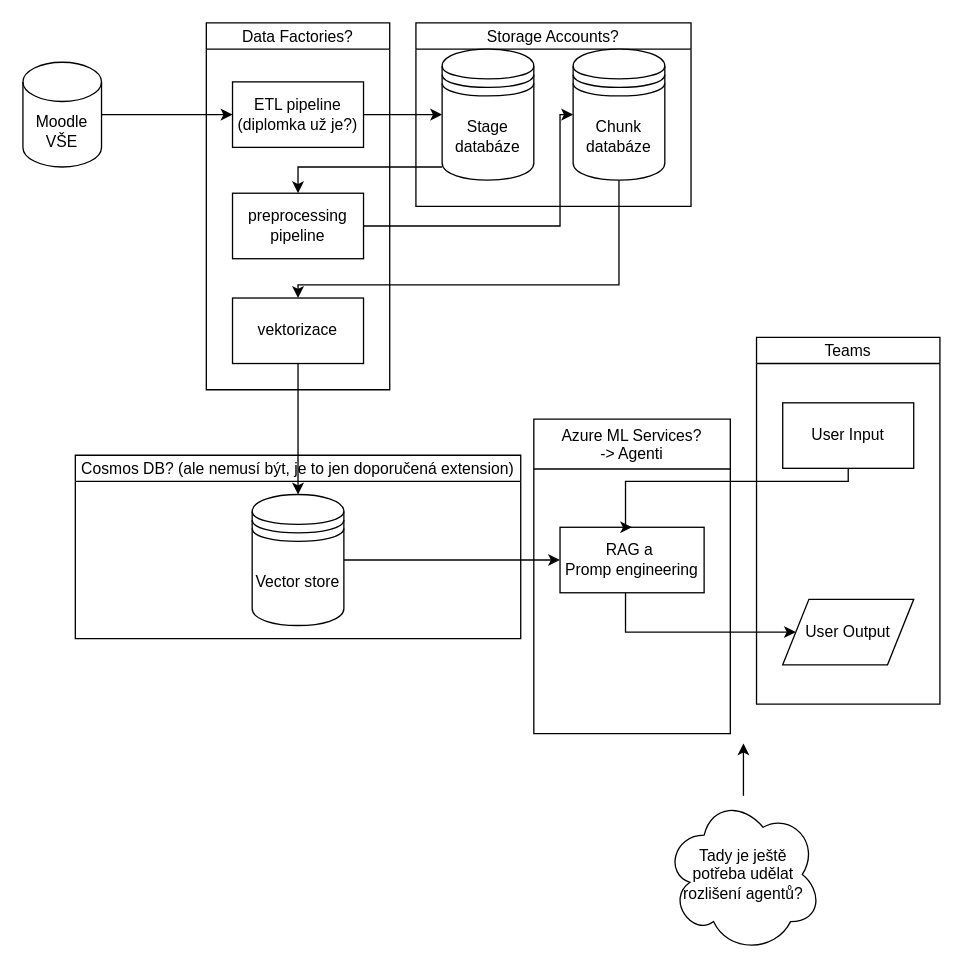
Earlier version of the draw.io diagram Diagram bez názvu.drawio (Aenast28/Datov-Projekt---StudyBuddy). Source tidied: cells renumbered, new cells numbered last; positions are measured from the earlier drawing's top-left corner, leaving out a move shared by most shapes. Both pictures are drawn from the tidied source at 131%, with x=0, y=0 at pixel (22, 22).
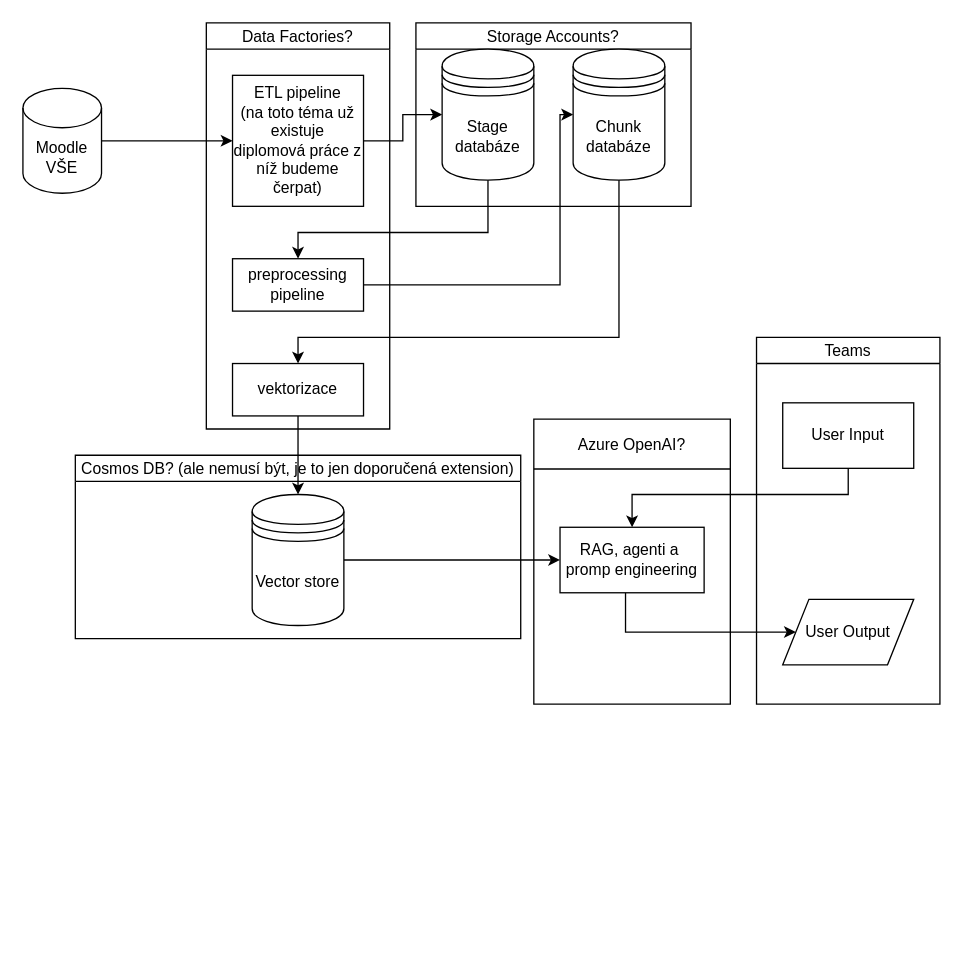
Above is the later version.

Unchanged cells that the change refers to:
```xml
<mxCell id="10" value="Stage databáze" style="shape=datastore;whiteSpace=wrap;html=1;" parent="1" vertex="1">
  <mxGeometry x="320" y="20" width="70" height="100" as="geometry" />
</mxCell>
<mxCell id="16" value="Chunk databáze" style="shape=datastore;whiteSpace=wrap;html=1;" parent="1" vertex="1">
  <mxGeometry x="420" y="20" width="70" height="100" as="geometry" />
</mxCell>
<mxCell id="24" value="User Input" style="html=1;dashed=0;whiteSpace=wrap;" parent="1" vertex="1">
  <mxGeometry x="580" y="290" width="100" height="50" as="geometry" />
</mxCell>
```

What changed in the source:
```diff
@@
-    <mxCell id="2" value="Azure ML Services?&#10;-&gt; Agenti" style="swimlane;fontStyle=0;horizontal=1;startSize=38;fillColor=#ffffff;swimlaneFillColor=#ffffff;" parent="1" vertex="1">
-      <mxGeometry x="390" y="302.5" width="150" height="240" as="geometry" />
+    <mxCell id="2" value="Azure OpenAI?" style="swimlane;fontStyle=0;horizontal=1;startSize=38;fillColor=#ffffff;swimlaneFillColor=#ffffff;" parent="1" vertex="1">
+      <mxGeometry x="390" y="302.5" width="150" height="217.5" as="geometry" />
     </mxCell>
@@
     <mxCell id="6" value="Data Factories?" style="swimlane;fontStyle=0;horizontal=1;startSize=20;fillColor=#ffffff;swimlaneFillColor=#ffffff;" parent="1" vertex="1">
-      <mxGeometry x="140" width="140" height="280" as="geometry" />
+      <mxGeometry x="140" width="140" height="310" as="geometry" />
     </mxCell>
@@
     <mxCell id="8" value="Moodle VŠE" style="shape=cylinder3;whiteSpace=wrap;html=1;boundedLbl=1;backgroundOutline=1;size=15;" parent="1" vertex="1">
-      <mxGeometry y="30" width="60" height="80" as="geometry" />
+      <mxGeometry y="50" width="60" height="80" as="geometry" />
     </mxCell>
     <mxCell id="9" style="edgeStyle=orthogonalEdgeStyle;rounded=0;jettySize=auto;html=1;" parent="1" edge="1" source="10" target="14">
       <mxGeometry relative="1" as="geometry">
         <Array as="points">
-          <mxPoint x="210" y="110" />
+          <mxPoint x="355" y="160" />
+          <mxPoint x="210" y="160" />
         </Array>
       </mxGeometry>
     </mxCell>
@@
-    <mxCell id="12" value="ETL pipeline&lt;br&gt;(diplomka už je?)" style="html=1;dashed=0;whiteSpace=wrap;" parent="1" vertex="1">
-      <mxGeometry x="160" y="45" width="100" height="50" as="geometry" />
+    <mxCell id="12" value="ETL pipeline&lt;br&gt;(na toto téma už existuje diplomová práce z níž budeme čerpat)" style="html=1;dashed=0;whiteSpace=wrap;" parent="1" vertex="1">
+      <mxGeometry x="160" y="40" width="100" height="100" as="geometry" />
     </mxCell>
     <mxCell id="13" style="edgeStyle=orthogonalEdgeStyle;rounded=0;jettySize=auto;html=1;entryX=0;entryY=0.5;entryDx=0;entryDy=0;" parent="1" edge="1" source="14" target="16">
       <mxGeometry relative="1" as="geometry">
         <Array as="points">
-          <mxPoint x="410" y="155" />
+          <mxPoint x="410" y="200" />
           <mxPoint x="410" y="70" />
         </Array>
       </mxGeometry>
     </mxCell>
     <mxCell id="14" value="preprocessing pipeline" style="html=1;dashed=0;whiteSpace=wrap;" parent="1" vertex="1">
-      <mxGeometry x="160" y="130" width="100" height="50" as="geometry" />
+      <mxGeometry x="160" y="180" width="100" height="40" as="geometry" />
     </mxCell>
     <mxCell id="15" style="edgeStyle=orthogonalEdgeStyle;rounded=0;jettySize=auto;html=1;" parent="1" edge="1" source="16" target="18">
       <mxGeometry relative="1" as="geometry">
         <Array as="points">
-          <mxPoint x="455" y="200" />
-          <mxPoint x="210" y="200" />
+          <mxPoint x="455" y="240" />
+          <mxPoint x="210" y="240" />
         </Array>
       </mxGeometry>
     </mxCell>
@@
     <mxCell id="18" value="vektorizace" style="html=1;dashed=0;whiteSpace=wrap;" parent="1" vertex="1">
-      <mxGeometry x="160" y="210" width="100" height="50" as="geometry" />
+      <mxGeometry x="160" y="260" width="100" height="40" as="geometry" />
     </mxCell>
@@
-    <mxCell id="22" value="RAG a&amp;nbsp;&lt;div&gt;Promp engineering&lt;/div&gt;" style="html=1;dashed=0;whiteSpace=wrap;" parent="1" vertex="1">
+    <mxCell id="22" value="RAG, agenti a&amp;nbsp;&lt;div&gt;promp engineering&lt;/div&gt;" style="html=1;dashed=0;whiteSpace=wrap;" parent="1" vertex="1">
       <mxGeometry x="410" y="385" width="110" height="50" as="geometry" />
     </mxCell>
-    <mxCell id="23" style="edgeStyle=orthogonalEdgeStyle;rounded=0;jettySize=auto;html=1;entryX=0.5;entryY=0;entryDx=0;entryDy=0;" parent="1" edge="1" source="24" target="22">
+    <mxCell id="23" style="edgeStyle=orthogonalEdgeStyle;rounded=0;jettySize=auto;html=1;" parent="1" edge="1" source="24" target="22">
       <mxGeometry relative="1" as="geometry">
         <Array as="points">
-          <mxPoint x="630" y="350" />
-          <mxPoint x="460" y="350" />
+          <mxPoint x="630" y="360" />
+          <mxPoint x="465" y="360" />
         </Array>
       </mxGeometry>
     </mxCell>
@@
-    <mxCell id="26" style="edgeStyle=orthogonalEdgeStyle;rounded=0;jettySize=auto;html=1;" parent="1" edge="1" source="27">
-      <mxGeometry relative="1" as="geometry">
-        <mxPoint x="550" y="550" as="targetPoint" />
-      </mxGeometry>
-    </mxCell>
-    <mxCell id="27" value="Tady je ještě&lt;div&gt;potřeba udělat&lt;/div&gt;&lt;div&gt;rozlišení agentů?&lt;/div&gt;" style="shape=cloud;whiteSpace=wrap;html=1;" parent="1" vertex="1">
-      <mxGeometry x="490" y="590" width="120" height="120" as="geometry" />
-    </mxCell>
```
